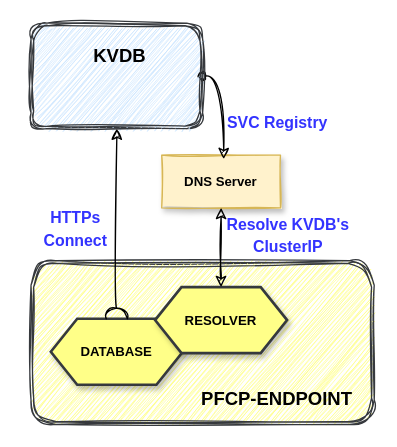
This is page "Database" (2 of 6) of External_submodule.drawio from SunLucc/Test, a draw.io file, before an edit. Source tidied: cells renumbered, new cells numbered last; positions are measured from the earlier drawing's top-left corner, leaving out a move shared by most shapes. Both pictures are drawn from the tidied source at 132%, with x=0, y=0 at pixel (22, 22).
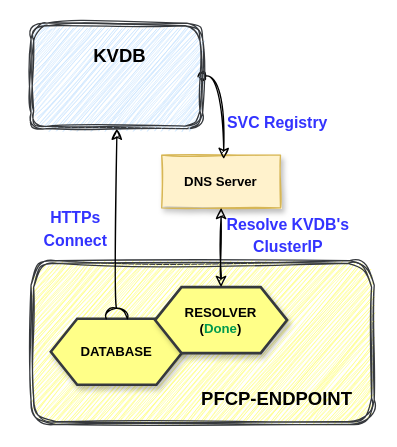
Above is the later version.

Change to the diagram source:
```diff
@@
 <mxGraphModel>
   <root>
     <mxCell id="0" />
     <mxCell id="1" parent="0" />
     <mxCell id="2" style="group;" parent="1" vertex="1">
       <mxGeometry width="266" height="304" as="geometry" />
     </mxCell>
     <mxCell id="3" style="shape=ext;double=1;rounded=1;whiteSpace=wrap;html=1;shadow=0;sketch=1;fillStyle=hachure;fontSize=14;fillColor=#ffff88;curveFitting=1;jiggle=2;strokeColor=#36393d;" parent="2" vertex="1">
       <mxGeometry x="6" y="180" width="260" height="124" as="geometry" />
     </mxCell>
     <mxCell id="4" value="&lt;b style=&quot;font-size: 10px;&quot;&gt;DATABASE&lt;/b&gt;" style="shape=hexagon;perimeter=hexagonPerimeter2;whiteSpace=wrap;html=1;fixedSize=1;fillStyle=solid;fillColor=#ffff88;strokeColor=#36393d;fontSize=10;rounded=0;shadow=1;strokeWidth=2;" parent="2" vertex="1">
       <mxGeometry x="21" y="224" width="100" height="50" as="geometry" />
     </mxCell>
-    <mxCell id="5" value="&lt;b style=&quot;font-size: 10px;&quot;&gt;RESOLVER&lt;/b&gt;" style="shape=hexagon;perimeter=hexagonPerimeter2;whiteSpace=wrap;html=1;fixedSize=1;fillStyle=solid;fillColor=#ffff88;strokeColor=#36393d;fontSize=10;rounded=0;shadow=1;strokeWidth=2;" parent="2" vertex="1">
+    <mxCell id="5" value="&lt;b style=&quot;font-size: 10px;&quot;&gt;RESOLVER&lt;br&gt;&lt;/b&gt;&lt;b style=&quot;border-color: var(--border-color);&quot;&gt;(&lt;font style=&quot;border-color: var(--border-color);&quot; color=&quot;#00994d&quot;&gt;Done&lt;/font&gt;)&lt;/b&gt;&lt;b style=&quot;font-size: 10px;&quot;&gt;&lt;br&gt;&lt;/b&gt;" style="shape=hexagon;perimeter=hexagonPerimeter2;whiteSpace=wrap;html=1;fixedSize=1;fillStyle=solid;fillColor=#ffff88;strokeColor=#36393d;fontSize=10;rounded=0;shadow=1;strokeWidth=2;" parent="2" vertex="1">
       <mxGeometry x="100" y="200" width="100" height="50" as="geometry" />
     </mxCell>
     <mxCell id="6" value="&lt;b&gt;DNS Server&lt;/b&gt;" style="whiteSpace=wrap;html=1;fontSize=10;fillColor=#fff2cc;strokeColor=#d6b656;fillStyle=solid;rounded=0;shadow=1;sketch=1;" parent="2" vertex="1">
       <mxGeometry x="105" y="100" width="90" height="40" as="geometry" />
     </mxCell>
     <mxCell id="7" style="edgeStyle=orthogonalEdgeStyle;curved=1;sketch=1;jettySize=auto;html=1;exitX=0.5;exitY=0;exitDx=0;exitDy=0;entryX=0.5;entryY=1;entryDx=0;entryDy=0;fontSize=14;fontColor=#000000;startArrow=classic;startFill=1;endArrow=classic;endFill=1;" parent="2" edge="1" source="5" target="6">
       <mxGeometry relative="1" as="geometry" />
     </mxCell>
     <mxCell id="8" style="edgeStyle=orthogonalEdgeStyle;curved=1;sketch=1;jettySize=auto;html=1;exitX=1;exitY=0.5;exitDx=0;exitDy=0;entryX=0.522;entryY=0.075;entryDx=0;entryDy=0;fontSize=14;fontColor=#000000;startArrow=oval;startFill=0;endArrow=classic;endFill=1;entryPerimeter=0;" parent="2" edge="1" source="9" target="6">
       <mxGeometry relative="1" as="geometry">
         <Array as="points">
           <mxPoint x="152" y="40" />
         </Array>
       </mxGeometry>
     </mxCell>
     <mxCell id="9" style="shape=ext;double=1;rounded=1;whiteSpace=wrap;html=1;shadow=0;sketch=1;fillStyle=hachure;fontSize=14;fillColor=#cce5ff;curveFitting=1;jiggle=2;strokeColor=#36393d;" parent="2" vertex="1">
       <mxGeometry x="6" width="130" height="80" as="geometry" />
     </mxCell>
     <mxCell id="10" style="edgeStyle=orthogonalEdgeStyle;curved=1;sketch=1;jettySize=auto;html=1;exitX=0.5;exitY=0;exitDx=0;exitDy=0;entryX=0.5;entryY=1;entryDx=0;entryDy=0;fontSize=14;fontColor=#000000;startArrow=halfCircle;startFill=0;endArrow=classic;endFill=1;" parent="2" edge="1" source="4" target="9">
       <mxGeometry relative="1" as="geometry" />
     </mxCell>
     <mxCell id="11" value="&lt;b&gt;PFCP-ENDPOINT&lt;/b&gt;" style="text;html=1;strokeColor=none;fillColor=none;align=center;verticalAlign=middle;whiteSpace=wrap;rounded=0;shadow=0;sketch=1;fillStyle=hachure;fontSize=14;fontColor=#000000;" parent="2" vertex="1">
       <mxGeometry x="130" y="270" width="125" height="30" as="geometry" />
     </mxCell>
     <mxCell id="12" value="&lt;b&gt;KVDB&lt;/b&gt;" style="text;html=1;strokeColor=none;fillColor=none;align=center;verticalAlign=middle;whiteSpace=wrap;rounded=0;shadow=0;sketch=1;fillStyle=hachure;fontSize=14;fontColor=#000000;" parent="2" vertex="1">
       <mxGeometry x="11" y="10" width="125" height="30" as="geometry" />
     </mxCell>
     <mxCell id="13" value="&lt;font style=&quot;font-size: 12px;&quot;&gt;SVC Registry&lt;/font&gt;" style="text;html=1;strokeColor=none;fillColor=none;align=center;verticalAlign=middle;whiteSpace=wrap;rounded=0;shadow=0;dashed=0;labelBackgroundColor=none;sketch=0;fillStyle=cross-hatch;fontFamily=Helvetica;fontSize=14;fontColor=#3333FF;fontStyle=1;" parent="2" vertex="1">
       <mxGeometry x="152.5" y="60" width="80" height="30" as="geometry" />
     </mxCell>
     <mxCell id="14" value="&lt;span style=&quot;font-size: 12px;&quot;&gt;Resolve KVDB's ClusterIP&lt;/span&gt;" style="text;html=1;strokeColor=none;fillColor=none;align=center;verticalAlign=middle;whiteSpace=wrap;rounded=0;shadow=0;dashed=0;labelBackgroundColor=none;sketch=0;fillStyle=cross-hatch;fontFamily=Helvetica;fontSize=14;fontColor=#3333FF;fontStyle=1;" parent="2" vertex="1">
       <mxGeometry x="146.5" y="145" width="107.5" height="30" as="geometry" />
     </mxCell>
     <mxCell id="15" value="&lt;font style=&quot;font-size: 12px;&quot;&gt;HTTPs Connect&lt;/font&gt;" style="text;html=1;strokeColor=none;fillColor=none;align=center;verticalAlign=middle;whiteSpace=wrap;rounded=0;shadow=0;dashed=0;labelBackgroundColor=none;sketch=0;fillStyle=cross-hatch;fontFamily=Helvetica;fontSize=14;fontColor=#3333FF;fontStyle=1;" parent="2" vertex="1">
       <mxGeometry y="140" width="80" height="30" as="geometry" />
     </mxCell>
   </root>
 </mxGraphModel>
```
